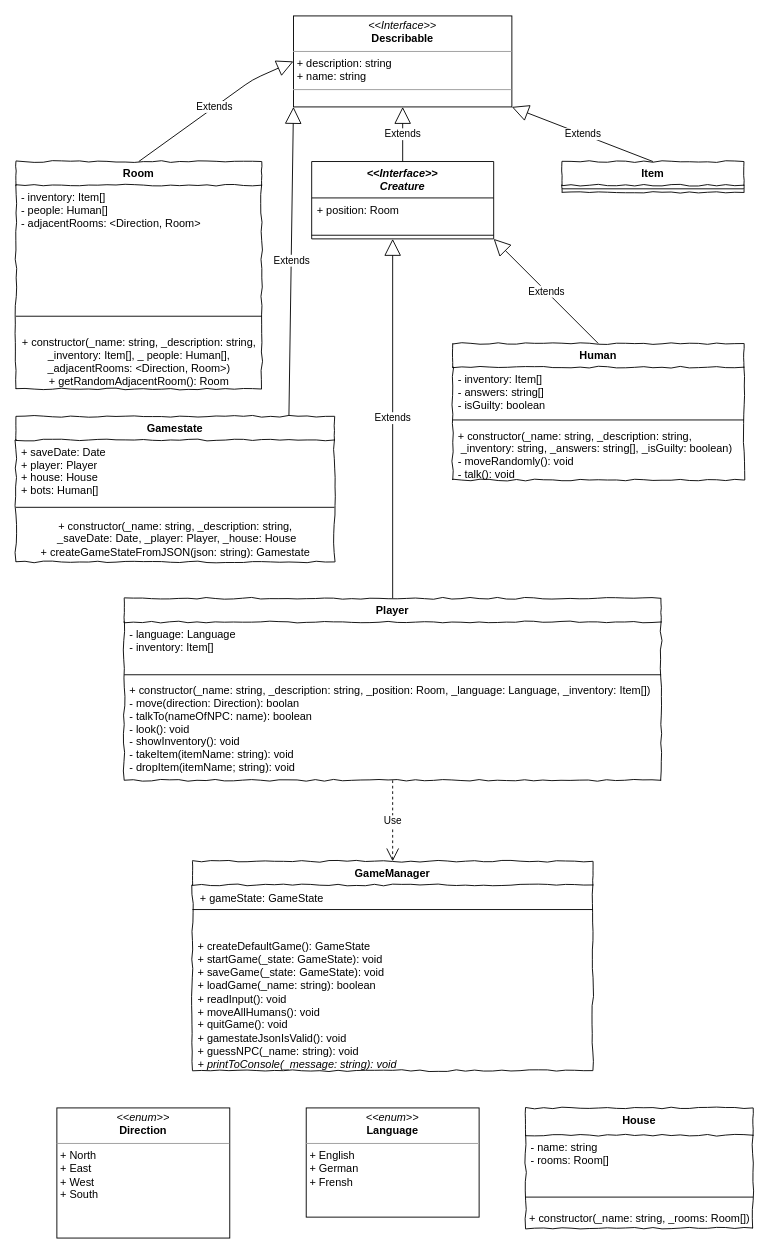
Earlier version of the draw.io diagram page "Classes" (1 of 6) of concept/classes.drawio (AljoshaVieth/SoftwareDesignTextAdventure). Source tidied: cells renumbered, new cells numbered last; positions are measured from the earlier drawing's top-left corner, leaving out a move shared by most shapes. Both pictures are drawn from the tidied source at 91%, with x=0, y=0 at pixel (15, 15).
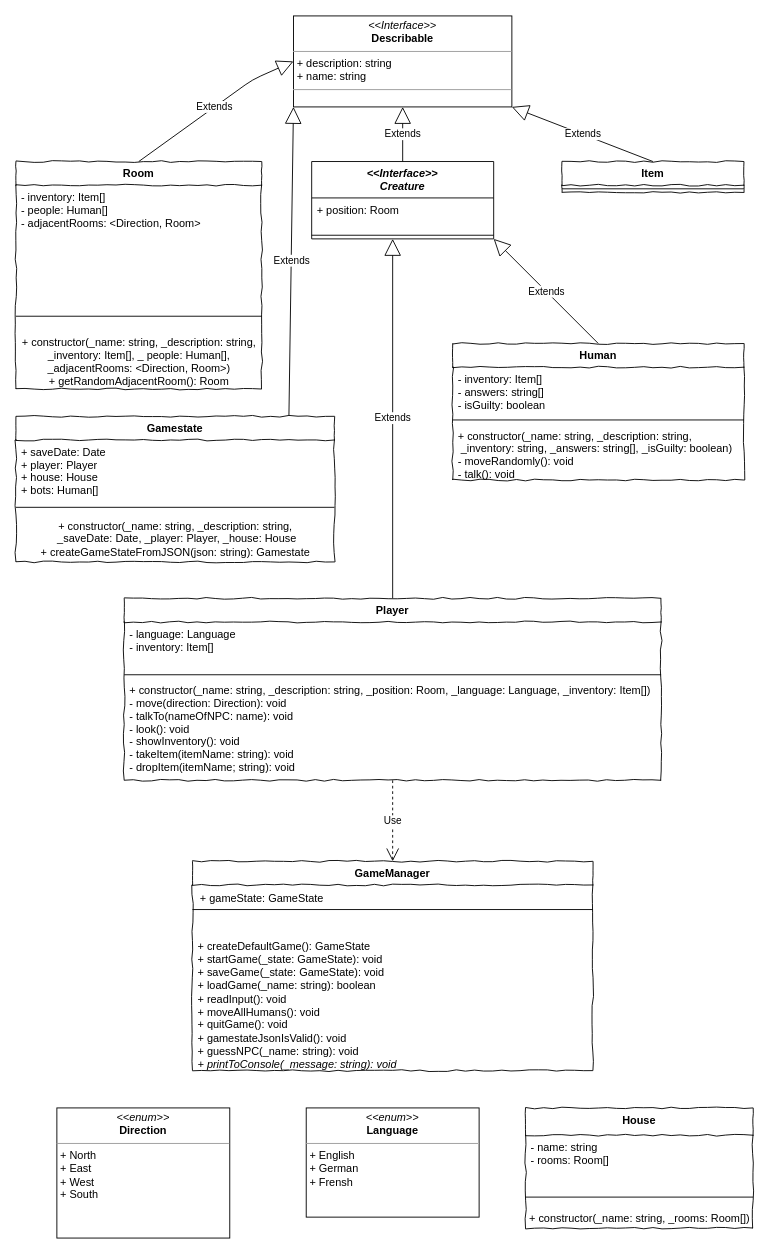
The same page after the edit.

Commit message:
altered return types of some player functions

Unchanged cells that the change refers to:
```xml
<mxCell id="26" value="Player" style="swimlane;fontStyle=1;align=center;verticalAlign=top;horizontal=1;startSize=26;rounded=0;shadow=0;comic=1;strokeWidth=1;" parent="1" vertex="1">
  <mxGeometry x="119" y="640" width="590" height="200" as="geometry" />
</mxCell>
```

What changed in the source:
```diff
@@
-    <mxCell id="29" value="+ constructor(_name: string, _description: string, _position: Room, _language: Language, _inventory: Item[])&#10;- move(direction: Direction): boolan&#10;- talkTo(nameOfNPC: name): boolean&#10;- look(): void&#10;- showInventory(): void&#10;- takeItem(itemName: string): void&#10;- dropItem(itemName; string): void" style="text;strokeColor=none;fillColor=none;align=left;verticalAlign=top;spacingLeft=4;spacingRight=4;overflow=hidden;points=[[0,0.5],[1,0.5]];portConstraint=eastwest;" parent="26" vertex="1">
+    <mxCell id="29" value="+ constructor(_name: string, _description: string, _position: Room, _language: Language, _inventory: Item[])&#10;- move(direction: Direction): void&#10;- talkTo(nameOfNPC: name): void&#10;- look(): void&#10;- showInventory(): void&#10;- takeItem(itemName: string): void&#10;- dropItem(itemName; string): void" style="text;strokeColor=none;fillColor=none;align=left;verticalAlign=top;spacingLeft=4;spacingRight=4;overflow=hidden;points=[[0,0.5],[1,0.5]];portConstraint=eastwest;" parent="26" vertex="1">
       <mxGeometry y="88" width="590" height="112" as="geometry" />
     </mxCell>
```
